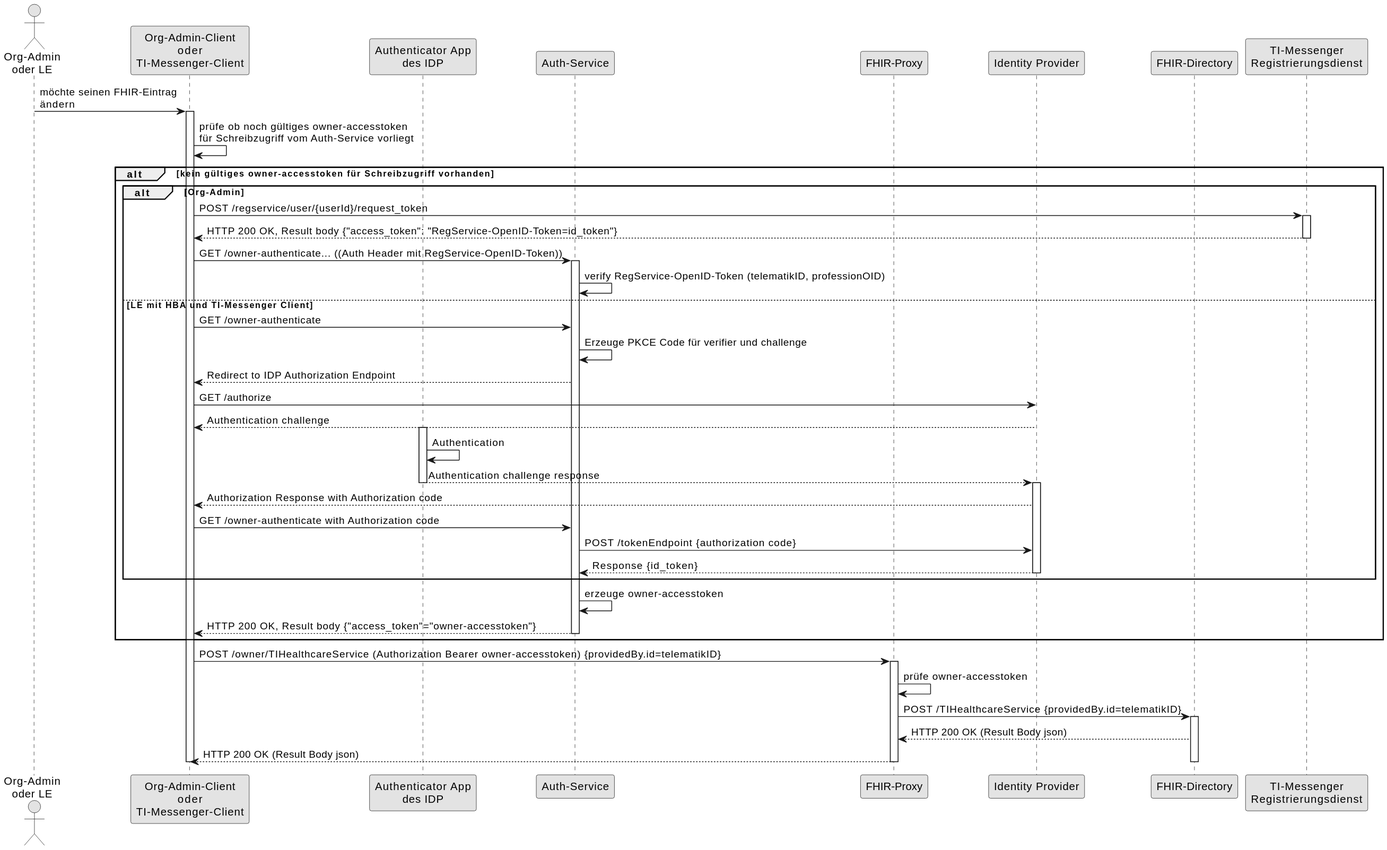
Earlier version of the PlantUML export images/diagrams/architecture/SequenceDiagram.FHIR-Directory.owner.svg (gematik/api-ti-messenger).
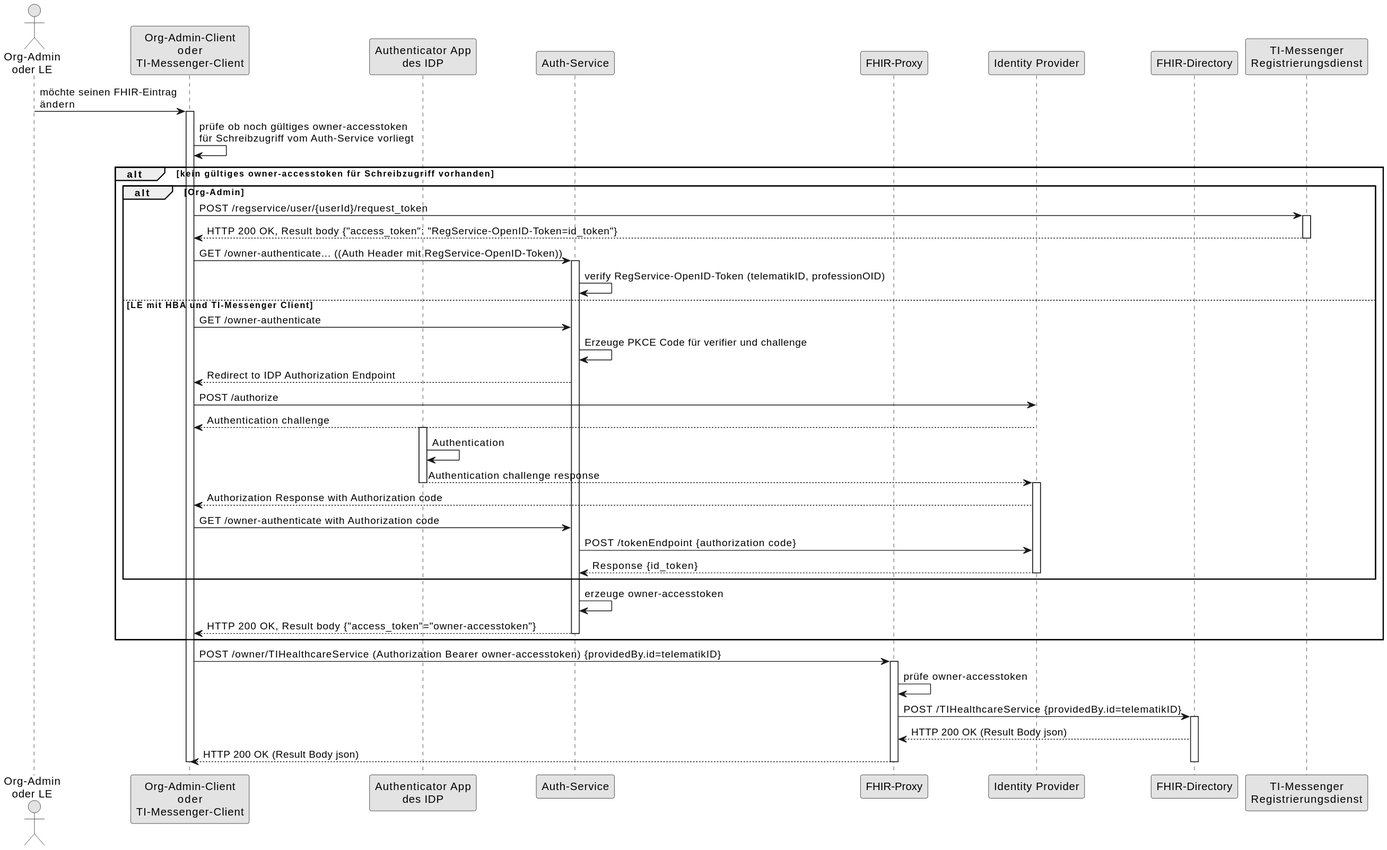
The same diagram one commit later.

What changed in the source:
```diff
@@ -27,7 +27,7 @@
 cl -> au: GET /owner-authenticate
 au -> au: Erzeuge PKCE Code für verifier und challenge
 au --> cl: Redirect to IDP Authorization Endpoint
-cl -> idp: GET /authorize
+cl -> idp: POST /authorize
 idp --> cl: Authentication challenge
 activate aa
 aa -> aa: Authentication
```
